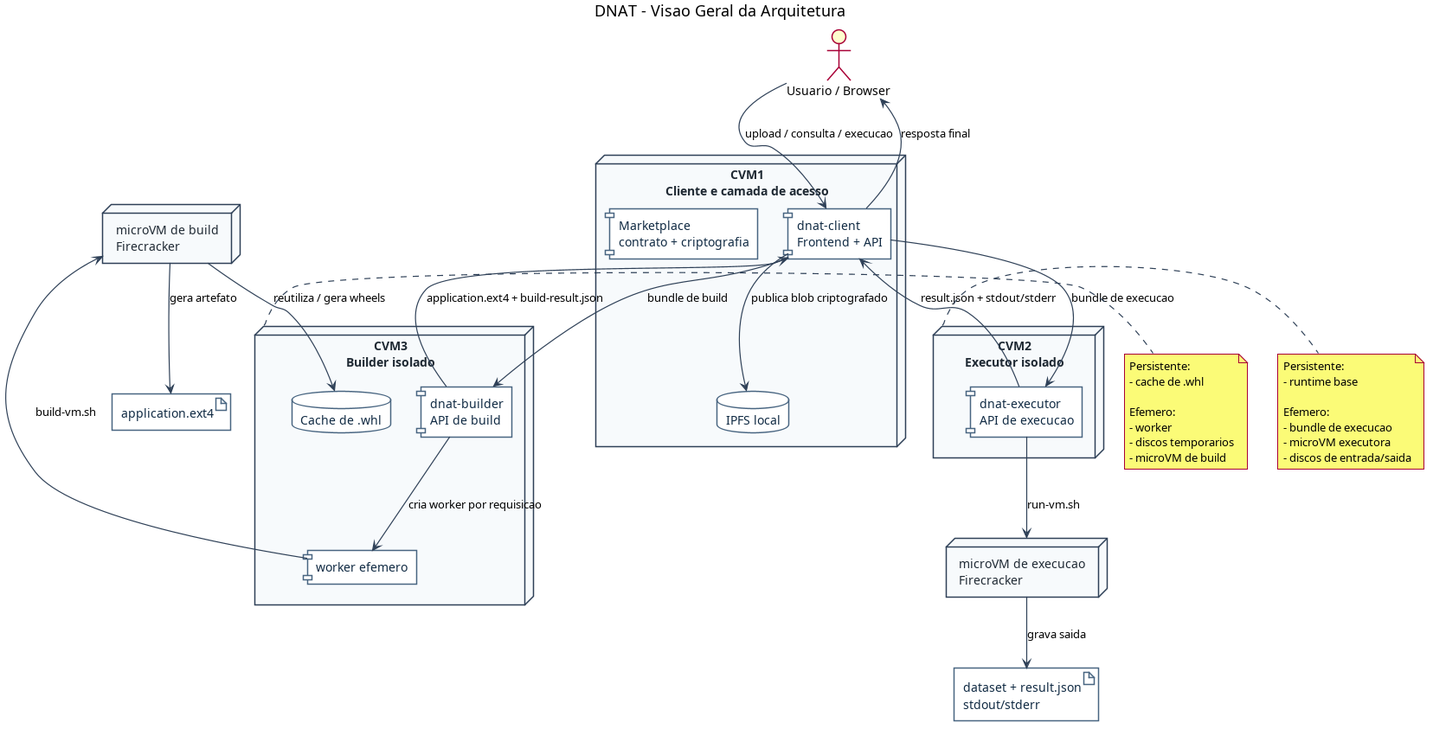
Above: docs/diagrams/architecture-overview.png in lesorty/dnat-identity-validator (PlantUML), before the change. Its source is kept beside it as docs/diagrams/architecture-overview.puml. The source it was exported from:
```plantuml
@startuml
title DNAT - Visao Geral da Arquitetura

skinparam backgroundColor white
skinparam shadowing false
skinparam defaultFontName Arial
skinparam ArrowColor #2E4057
skinparam ArrowThickness 1.2
skinparam packageStyle rectangle
skinparam componentStyle rectangle
skinparam node {
  BackgroundColor #F7FAFC
  BorderColor #2E4057
  FontColor #1F2933
}
skinparam component {
  BackgroundColor #FFFFFF
  BorderColor #486581
  FontColor #102A43
}
skinparam database {
  BackgroundColor #FFFFFF
  BorderColor #486581
  FontColor #102A43
}
skinparam artifact {
  BackgroundColor #FFFFFF
  BorderColor #486581
  FontColor #102A43
}

actor "Usuario / Browser" as User

node "CVM1\nCliente e camada de acesso" as CVM1 {
  component "dnat-client\nFrontend + API" as CLIENT
  database "IPFS local" as IPFS
  component "Marketplace\ncontrato + criptografia" as MARKET
}

node "CVM3\nBuilder isolado" as CVM3 {
  component "dnat-builder\nAPI de build" as BUILDER
  component "worker efemero" as WORKER
  database "Cache de .whl" as WHEELCACHE
}

node "CVM2\nExecutor isolado" as CVM2 {
  component "dnat-executor\nAPI de execucao" as EXECUTOR
}

node "microVM de build\nFirecracker" as BUILDVM
node "microVM de execucao\nFirecracker" as EXECVM

artifact "application.ext4" as APPART
artifact "dataset + result.json\nstdout/stderr" as EXECART

User --> CLIENT : upload / consulta / execucao
CLIENT --> BUILDER : bundle de build
BUILDER --> WORKER : cria worker por requisicao
WORKER --> BUILDVM : build-vm.sh
BUILDVM --> WHEELCACHE : reutiliza / gera wheels
BUILDVM --> APPART : gera artefato
BUILDER --> CLIENT : application.ext4 + build-result.json
CLIENT --> IPFS : publica blob criptografado
CLIENT --> EXECUTOR : bundle de execucao
EXECUTOR --> EXECVM : run-vm.sh
EXECVM --> EXECART : grava saida
EXECUTOR --> CLIENT : result.json + stdout/stderr
CLIENT --> User : resposta final

note right of CVM3
Persistente:
- cache de .whl

Efemero:
- worker
- discos temporarios
- microVM de build
end note

note right of CVM2
Persistente:
- runtime base

Efemero:
- bundle de execucao
- microVM executora
- discos de entrada/saida
end note

@enduml
```
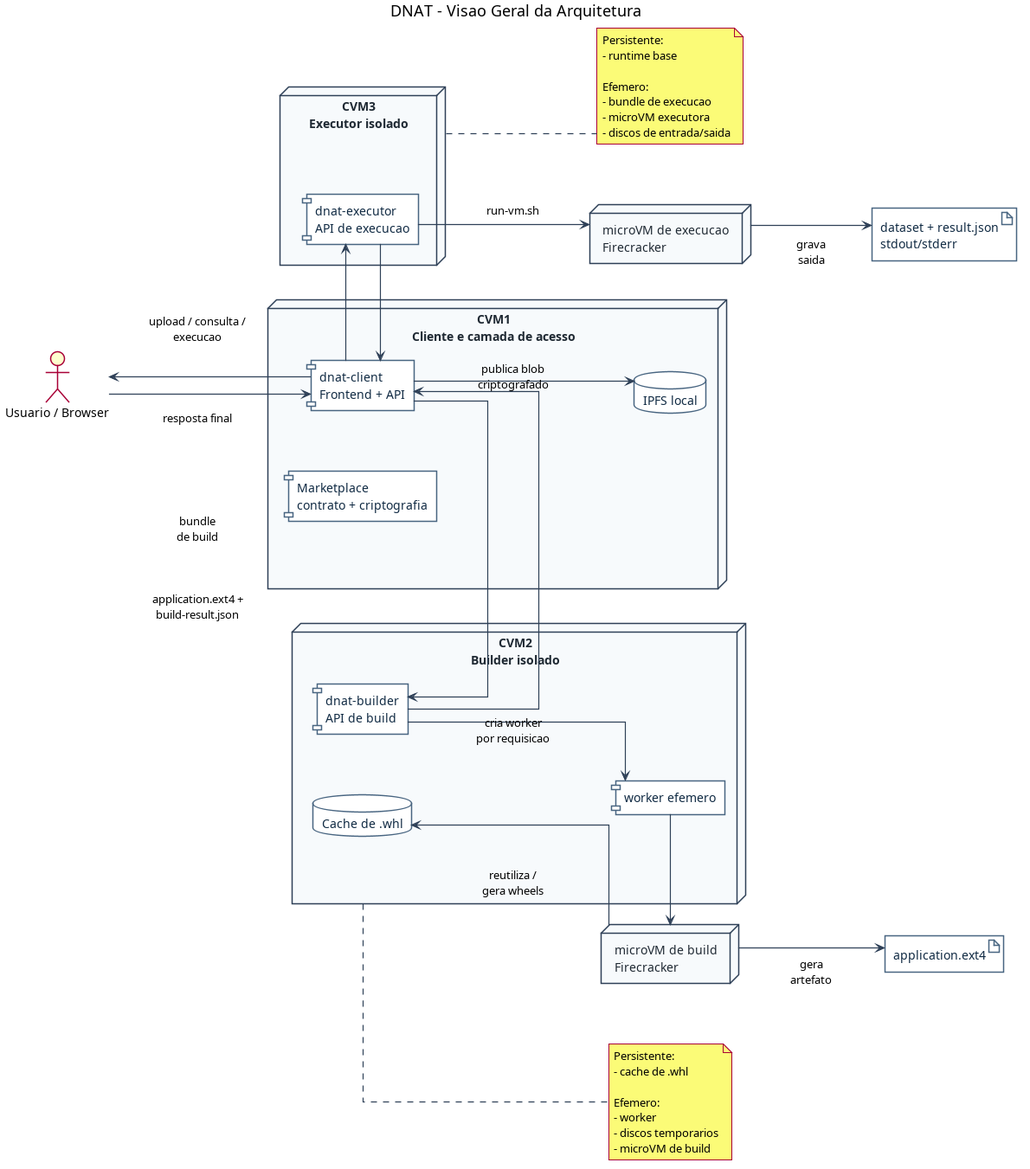
The same diagram one commit later.

What changed in the source:
```diff
@@ -1,13 +1,18 @@
 @startuml
 title DNAT - Visao Geral da Arquitetura
+
+left to right direction
 
 skinparam backgroundColor white
 skinparam shadowing false
 skinparam defaultFontName Arial
 skinparam ArrowColor #2E4057
 skinparam ArrowThickness 1.2
+skinparam linetype ortho
 skinparam packageStyle rectangle
 skinparam componentStyle rectangle
+skinparam nodesep 70
+skinparam ranksep 90
 skinparam node {
   BackgroundColor #F7FAFC
   BorderColor #2E4057
@@ -37,13 +42,13 @@
   component "Marketplace\ncontrato + criptografia" as MARKET
 }
 
-node "CVM3\nBuilder isolado" as CVM3 {
+node "CVM2\nBuilder isolado" as CVM2 {
   component "dnat-builder\nAPI de build" as BUILDER
   component "worker efemero" as WORKER
   database "Cache de .whl" as WHEELCACHE
 }
 
-node "CVM2\nExecutor isolado" as CVM2 {
+node "CVM3\nExecutor isolado" as CVM3 {
   component "dnat-executor\nAPI de execucao" as EXECUTOR
 }
 
@@ -53,21 +58,29 @@
 artifact "application.ext4" as APPART
 artifact "dataset + result.json\nstdout/stderr" as EXECART
 
-User --> CLIENT : upload / consulta / execucao
-CLIENT --> BUILDER : bundle de build
-BUILDER --> WORKER : cria worker por requisicao
-WORKER --> BUILDVM : build-vm.sh
-BUILDVM --> WHEELCACHE : reutiliza / gera wheels
-BUILDVM --> APPART : gera artefato
-BUILDER --> CLIENT : application.ext4 + build-result.json
-CLIENT --> IPFS : publica blob criptografado
-CLIENT --> EXECUTOR : bundle de execucao
-EXECUTOR --> EXECVM : run-vm.sh
-EXECVM --> EXECART : grava saida
-EXECUTOR --> CLIENT : result.json + stdout/stderr
-CLIENT --> User : resposta final
+BUILDVM -[hidden]down- APPART
+EXECVM -[hidden]down- EXECART
+CVM1 -[hidden]right- CVM2
+CVM2 -[hidden]right- CVM3
 
-note right of CVM3
+User -down-> CLIENT : B1 / E1\nupload / consulta /\nexecucao
+CLIENT -up-> User : B7 / E6\nresposta final
+
+CLIENT -right-> BUILDER : B2\nbundle\nde build
+BUILDER -down-> WORKER : B3\ncria worker\npor requisicao
+WORKER -left-> BUILDVM : B4\nbuild-vm.sh
+BUILDVM -down-> APPART : B5\ngera\nartefato
+BUILDVM -up-> WHEELCACHE : B5a\nreutiliza /\ngera wheels
+BUILDER -left-> CLIENT : B6\napplication.ext4 +\nbuild-result.json
+
+CLIENT -down-> IPFS : B7a\npublica blob\ncriptografado
+
+CLIENT -right-> EXECUTOR : E2\nbundle\nde execucao
+EXECUTOR -down-> EXECVM : E3\nrun-vm.sh
+EXECVM -down-> EXECART : E4\ngrava\nsaida
+EXECUTOR -left-> CLIENT : E5\nresult.json +\nstdout/stderr
+
+note right of CVM2
 Persistente:
 - cache de .whl
 
@@ -77,7 +90,7 @@
 - microVM de build
 end note
 
-note right of CVM2
+note right of CVM3
 Persistente:
 - runtime base
 
```
